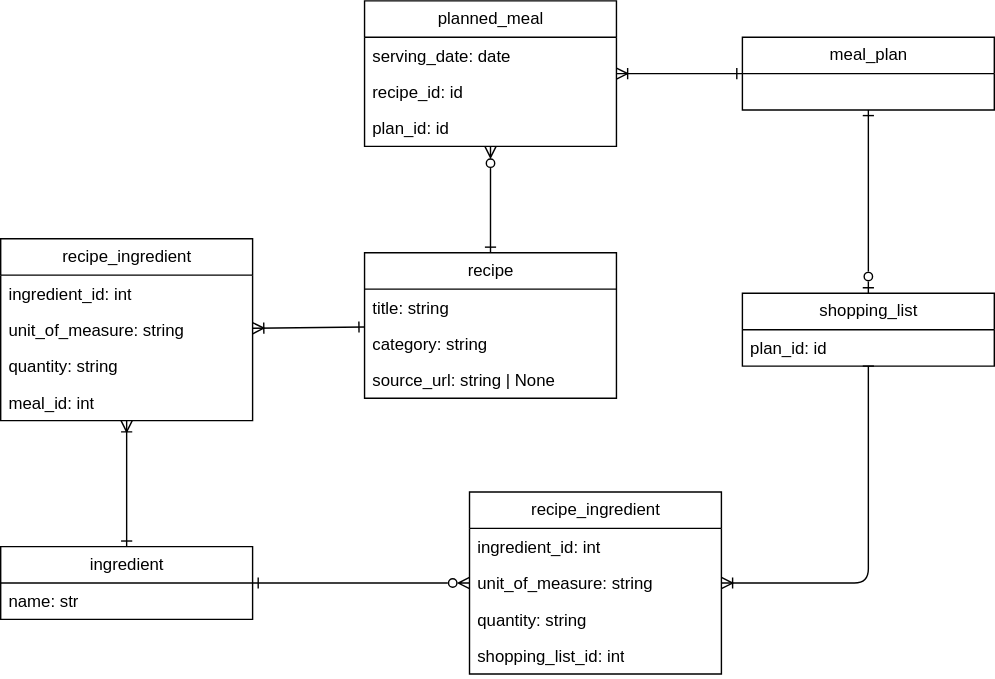
walig-here/food-planner keeps this draw.io diagram as db-schema.drawio.svg. Above is the earlier version. Source tidied: cells renumbered, new cells last; positions are measured from the earlier drawing's top-left corner, leaving out a move shared by most shapes.
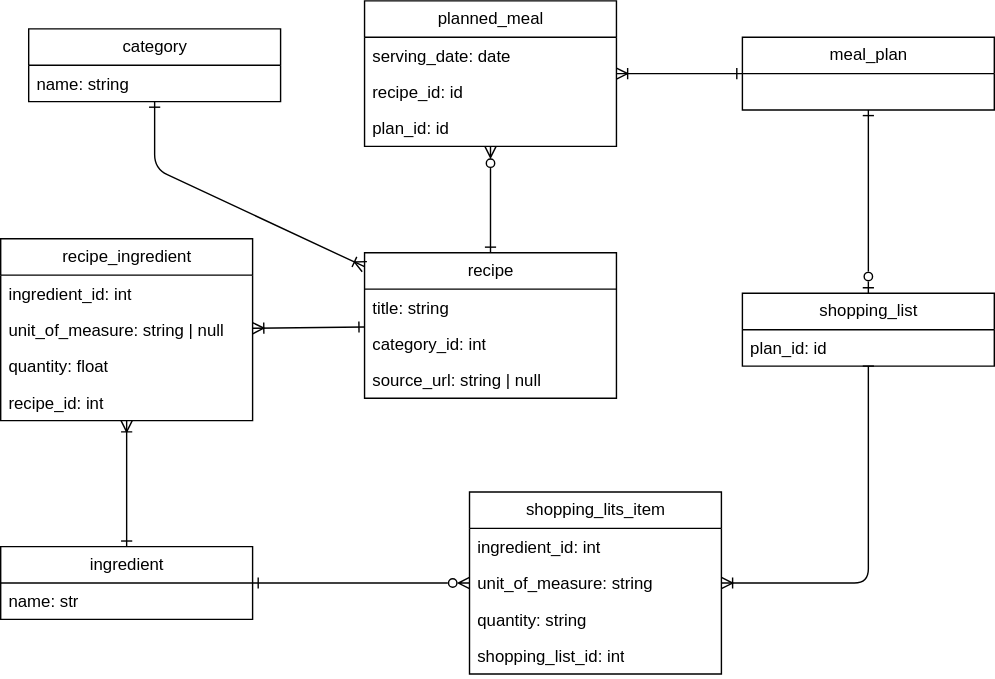
After the change.

Change to the diagram source:
```diff
@@ -5,16 +5,23 @@
     <mxCell id="2" style="edgeStyle=none;html=1;endArrow=ERzeroToMany;endFill=0;startArrow=ERone;startFill=0;" parent="1" edge="1" source="3" target="16">
       <mxGeometry relative="1" as="geometry" />
     </mxCell>
+    <mxCell id="32" style="edgeStyle=none;html=1;endArrow=ERone;endFill=0;startArrow=ERoneToMany;startFill=0;" parent="1" edge="1" source="3" target="33">
+      <mxGeometry relative="1" as="geometry">
+        <Array as="points">
+          <mxPoint x="110" y="120" />
+        </Array>
+      </mxGeometry>
+    </mxCell>
     <mxCell id="3" value="recipe" style="swimlane;fontStyle=0;horizontal=1;startSize=26;fillColor=none;html=1;" parent="1" vertex="1">
       <mxGeometry x="260" y="180" width="180" height="104" as="geometry" />
     </mxCell>
     <mxCell id="4" value="title: string" style="text;strokeColor=none;fillColor=none;align=left;verticalAlign=top;spacingLeft=4;spacingRight=4;overflow=hidden;whiteSpace=wrap;html=1;" parent="3" vertex="1">
       <mxGeometry y="26" width="180" height="26" as="geometry" />
     </mxCell>
-    <mxCell id="5" value="category: string" style="text;strokeColor=none;fillColor=none;align=left;verticalAlign=top;spacingLeft=4;spacingRight=4;overflow=hidden;whiteSpace=wrap;html=1;" parent="3" vertex="1">
+    <mxCell id="5" value="category_id: int" style="text;strokeColor=none;fillColor=none;align=left;verticalAlign=top;spacingLeft=4;spacingRight=4;overflow=hidden;whiteSpace=wrap;html=1;" parent="3" vertex="1">
       <mxGeometry y="52" width="180" height="26" as="geometry" />
     </mxCell>
-    <mxCell id="6" value="source_url: string | None" style="text;strokeColor=none;fillColor=none;align=left;verticalAlign=top;spacingLeft=4;spacingRight=4;overflow=hidden;whiteSpace=wrap;html=1;" parent="3" vertex="1">
+    <mxCell id="6" value="source_url: string | null" style="text;strokeColor=none;fillColor=none;align=left;verticalAlign=top;spacingLeft=4;spacingRight=4;overflow=hidden;whiteSpace=wrap;html=1;" parent="3" vertex="1">
       <mxGeometry y="78" width="180" height="26" as="geometry" />
     </mxCell>
     <mxCell id="7" value="recipe_ingredient" style="swimlane;fontStyle=0;horizontal=1;startSize=26;fillColor=none;html=1;" parent="1" vertex="1">
@@ -23,13 +30,13 @@
     <mxCell id="8" value="ingredient_id: int" style="text;strokeColor=none;fillColor=none;align=left;verticalAlign=top;spacingLeft=4;spacingRight=4;overflow=hidden;whiteSpace=wrap;html=1;" parent="7" vertex="1">
       <mxGeometry y="26" width="180" height="26" as="geometry" />
     </mxCell>
-    <mxCell id="9" value="unit_of_measure: string" style="text;strokeColor=none;fillColor=none;align=left;verticalAlign=top;spacingLeft=4;spacingRight=4;overflow=hidden;points=[[0,0.5],[1,0.5]];portConstraint=eastwest;whiteSpace=wrap;html=1;" parent="7" vertex="1">
+    <mxCell id="9" value="unit_of_measure: string | null" style="text;strokeColor=none;fillColor=none;align=left;verticalAlign=top;spacingLeft=4;spacingRight=4;overflow=hidden;points=[[0,0.5],[1,0.5]];portConstraint=eastwest;whiteSpace=wrap;html=1;" parent="7" vertex="1">
       <mxGeometry y="52" width="180" height="26" as="geometry" />
     </mxCell>
-    <mxCell id="10" value="quantity: string" style="text;strokeColor=none;fillColor=none;align=left;verticalAlign=top;spacingLeft=4;spacingRight=4;overflow=hidden;whiteSpace=wrap;html=1;" parent="7" vertex="1">
+    <mxCell id="10" value="quantity: float" style="text;strokeColor=none;fillColor=none;align=left;verticalAlign=top;spacingLeft=4;spacingRight=4;overflow=hidden;whiteSpace=wrap;html=1;" parent="7" vertex="1">
       <mxGeometry y="78" width="180" height="26" as="geometry" />
     </mxCell>
-    <mxCell id="11" value="meal_id: int" style="text;strokeColor=none;fillColor=none;align=left;verticalAlign=top;spacingLeft=4;spacingRight=4;overflow=hidden;whiteSpace=wrap;html=1;" parent="7" vertex="1">
+    <mxCell id="11" value="recipe_id: int" style="text;strokeColor=none;fillColor=none;align=left;verticalAlign=top;spacingLeft=4;spacingRight=4;overflow=hidden;whiteSpace=wrap;html=1;" parent="7" vertex="1">
       <mxGeometry y="104" width="180" height="26" as="geometry" />
     </mxCell>
     <mxCell id="12" style="edgeStyle=none;html=1;endArrow=ERone;endFill=0;startArrow=ERoneToMany;startFill=0;" parent="1" edge="1" source="9" target="3">
@@ -81,7 +88,7 @@
         </Array>
       </mxGeometry>
     </mxCell>
-    <mxCell id="27" value="recipe_ingredient" style="swimlane;fontStyle=0;horizontal=1;startSize=26;fillColor=none;html=1;" parent="1" vertex="1">
+    <mxCell id="27" value="shopping_lits_item" style="swimlane;fontStyle=0;horizontal=1;startSize=26;fillColor=none;html=1;" parent="1" vertex="1">
       <mxGeometry x="335" y="351" width="180" height="130" as="geometry" />
     </mxCell>
     <mxCell id="28" value="ingredient_id: int" style="text;strokeColor=none;fillColor=none;align=left;verticalAlign=top;spacingLeft=4;spacingRight=4;overflow=hidden;whiteSpace=wrap;html=1;" parent="27" vertex="1">
@@ -96,5 +103,11 @@
     <mxCell id="31" value="shopping_list_id: int" style="text;strokeColor=none;fillColor=none;align=left;verticalAlign=top;spacingLeft=4;spacingRight=4;overflow=hidden;whiteSpace=wrap;html=1;" parent="27" vertex="1">
       <mxGeometry y="104" width="180" height="26" as="geometry" />
     </mxCell>
+    <mxCell id="33" value="category" style="swimlane;fontStyle=0;horizontal=1;startSize=26;fillColor=none;html=1;" parent="1" vertex="1">
+      <mxGeometry x="20" y="20" width="180" height="52" as="geometry" />
+    </mxCell>
+    <mxCell id="34" value="name: string" style="text;strokeColor=none;fillColor=none;align=left;verticalAlign=top;spacingLeft=4;spacingRight=4;overflow=hidden;whiteSpace=wrap;html=1;" parent="33" vertex="1">
+      <mxGeometry y="26" width="180" height="26" as="geometry" />
+    </mxCell>
   </root>
 </mxGraphModel>
```
